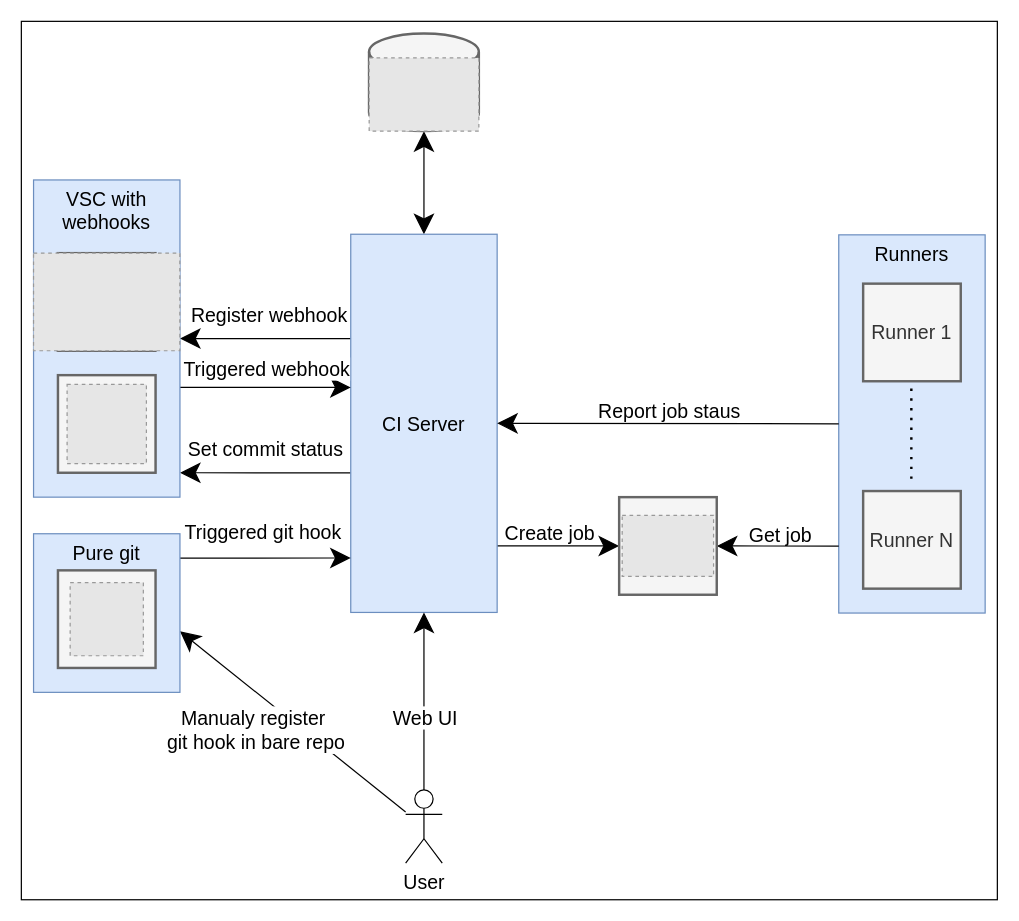
Above: docs/architecture.drawio in FilipSolich/shark-ci (draw.io), before the change. Source tidied: cells renumbered, new cells numbered last; positions are measured from the earlier drawing's top-left corner, leaving out a move shared by most shapes. Both pictures are drawn from the tidied source at 122%, with x=0, y=0 at pixel (21, 21). Pictures stored in the file or linked from it are replaced by grey dashed boxes.
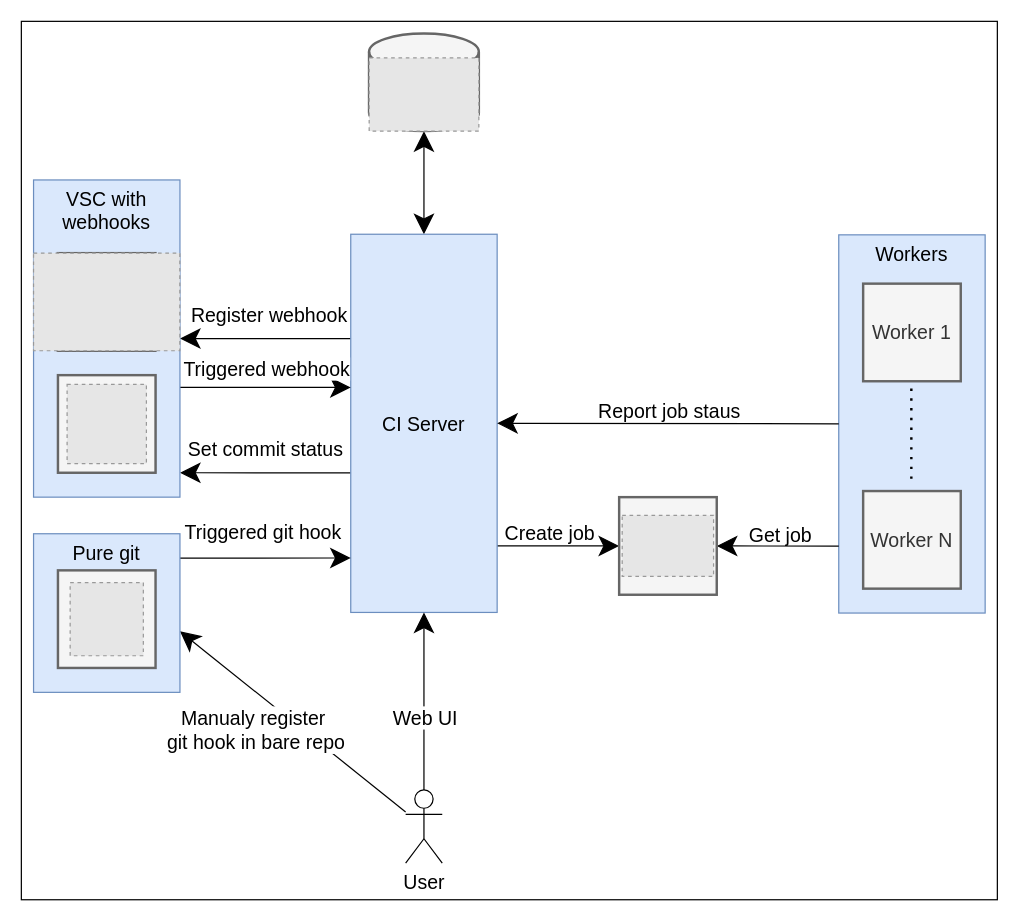
The same page after the edit.

Unchanged cells that the change refers to:
```xml
<mxCell id="3" style="group;" parent="1" vertex="1">
  <mxGeometry x="670" y="175" width="120" height="310" as="geometry" />
</mxCell>
```

Diff of the diagram source:
```diff
@@
-    <mxCell id="4" value="Runners" style="rounded=0;whiteSpace=wrap;html=1;fontSize=16;verticalAlign=top;fillColor=#dae8fc;strokeColor=#6c8ebf;" parent="3" vertex="1">
+    <mxCell id="4" value="Workers" style="rounded=0;whiteSpace=wrap;html=1;fontSize=16;verticalAlign=top;fillColor=#dae8fc;strokeColor=#6c8ebf;" parent="3" vertex="1">
       <mxGeometry width="120" height="310" as="geometry" />
     </mxCell>
-    <mxCell id="5" value="Runner 1" style="whiteSpace=wrap;html=1;fontSize=16;strokeWidth=2;fillColor=#f5f5f5;strokeColor=#666666;fontColor=#333333;" parent="3" vertex="1">
+    <mxCell id="5" value="Worker 1" style="whiteSpace=wrap;html=1;fontSize=16;strokeWidth=2;fillColor=#f5f5f5;strokeColor=#666666;fontColor=#333333;" parent="3" vertex="1">
       <mxGeometry x="20" y="40" width="80" height="80" as="geometry" />
     </mxCell>
-    <mxCell id="6" value="Runner N" style="whiteSpace=wrap;html=1;fontSize=16;strokeWidth=2;fillColor=#f5f5f5;strokeColor=#666666;fontColor=#333333;" parent="3" vertex="1">
+    <mxCell id="6" value="Worker N" style="whiteSpace=wrap;html=1;fontSize=16;strokeWidth=2;fillColor=#f5f5f5;strokeColor=#666666;fontColor=#333333;" parent="3" vertex="1">
       <mxGeometry x="20" y="210" width="80" height="80" as="geometry" />
     </mxCell>
```
